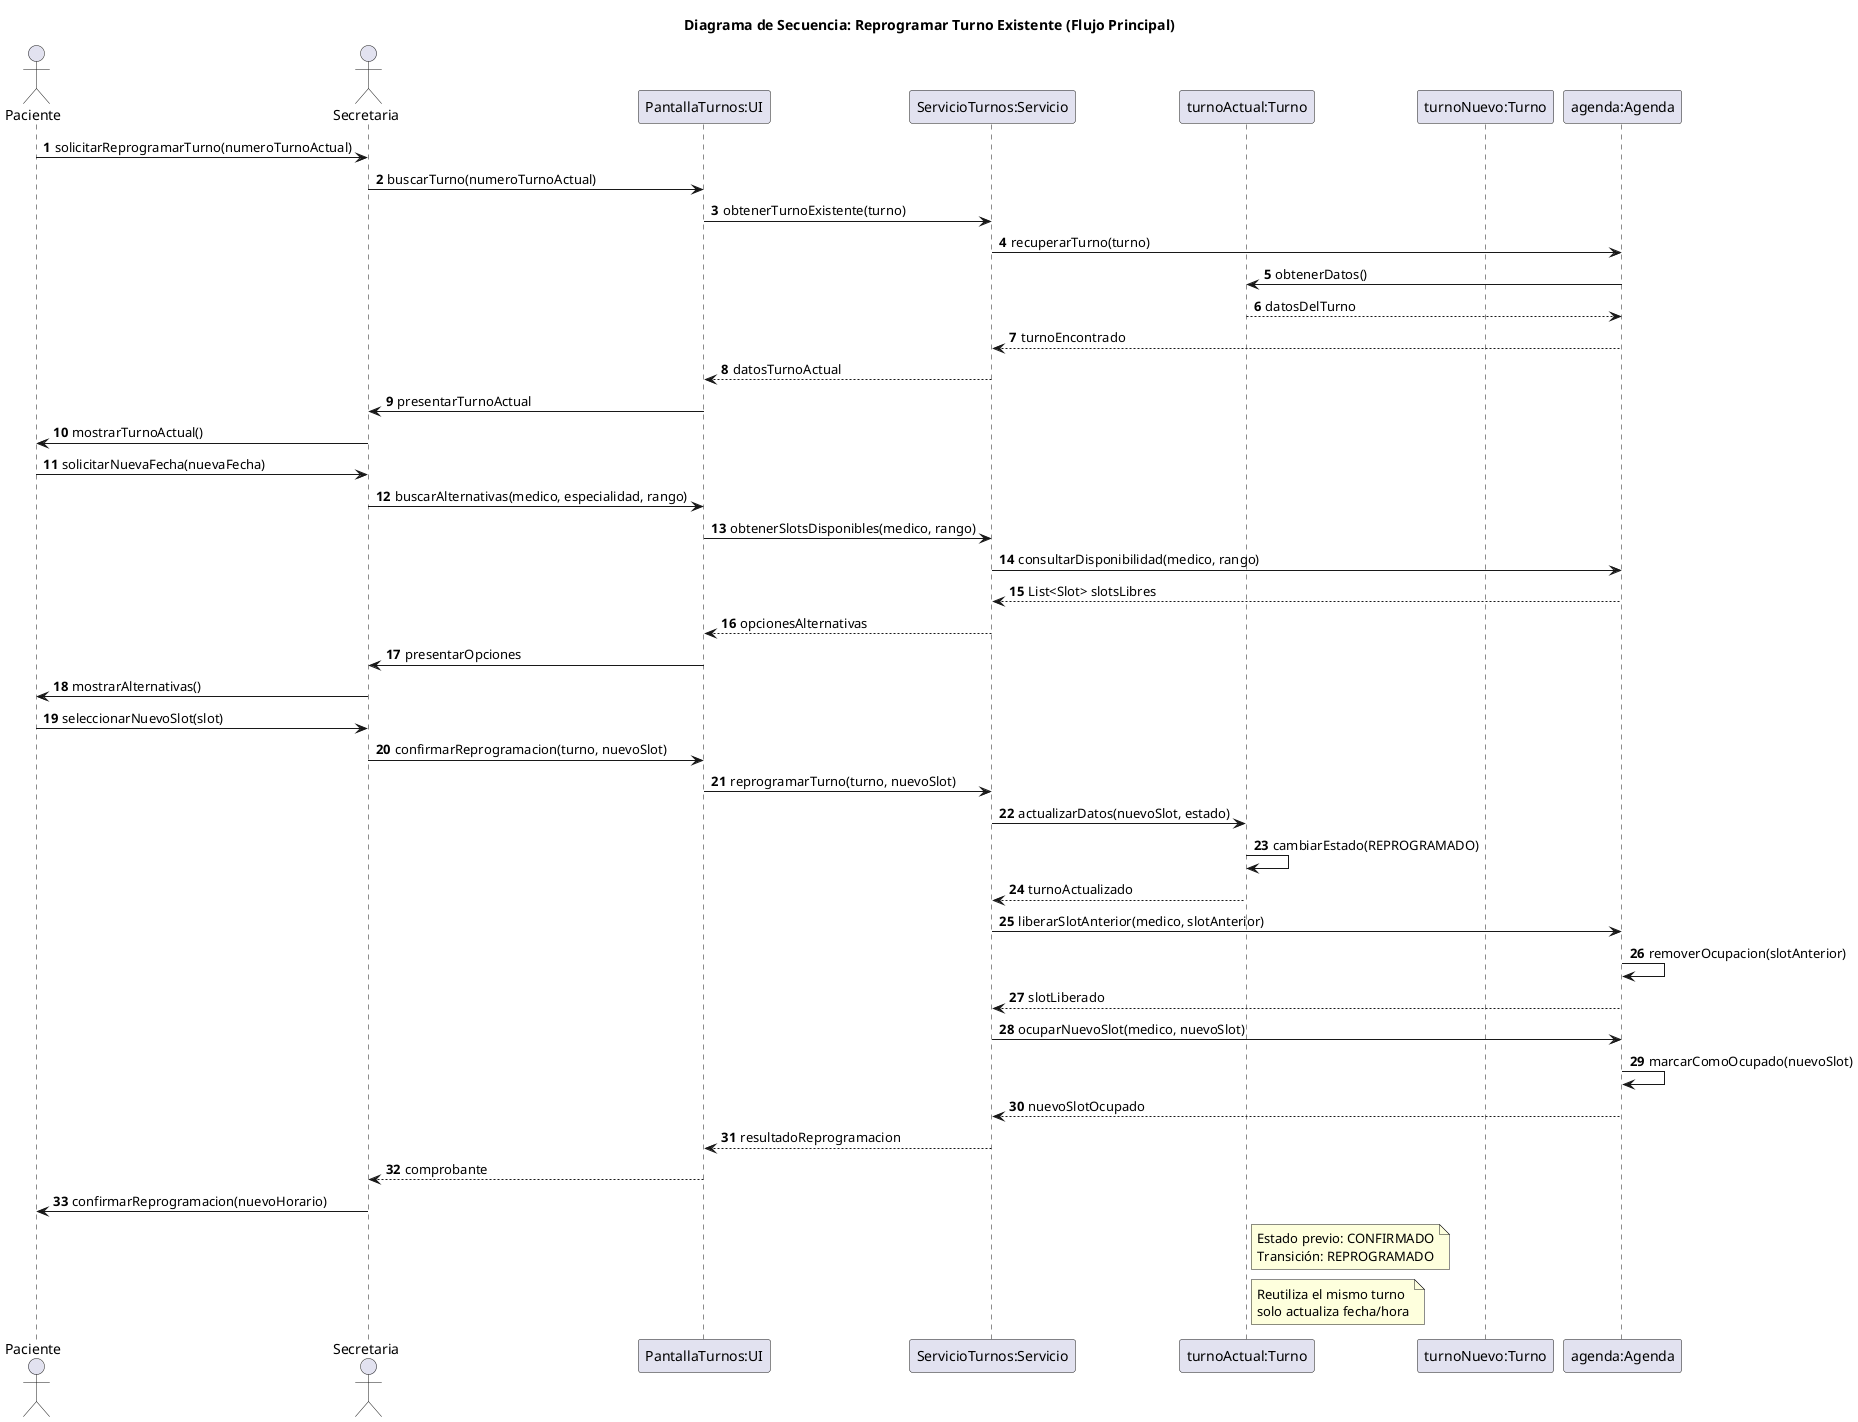
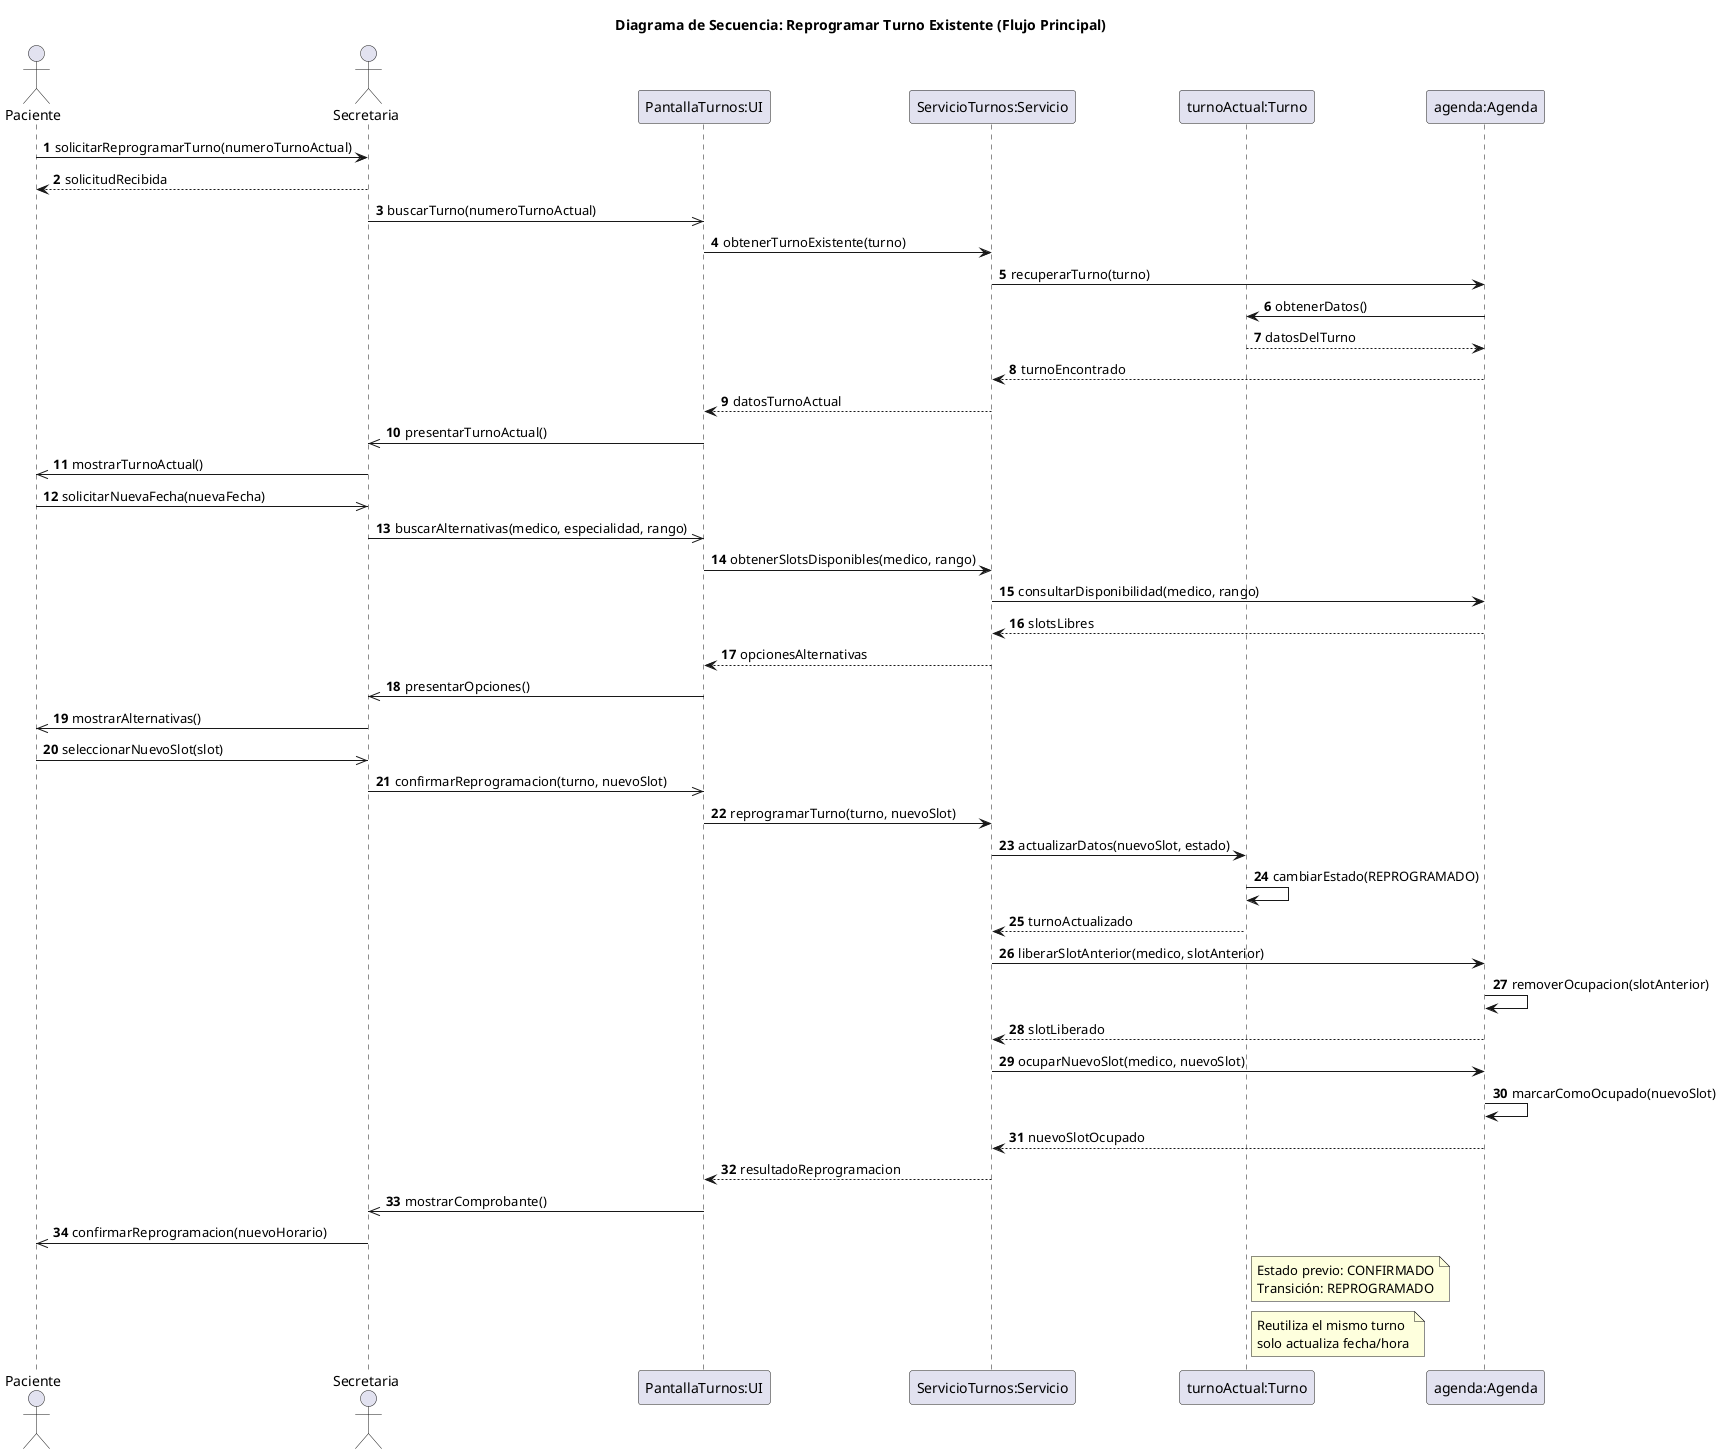
@startuml 05-secuencia-reprogramar-turno-flujo-principal-02
title Diagrama de Secuencia: Reprogramar Turno Existente (Flujo Principal)

actor Paciente
actor Secretaria
participant "PantallaTurnos:UI" as UI
participant "ServicioTurnos:Servicio" as Servicio
participant "turnoActual:Turno" as TurnoAct
- participant "turnoNuevo:Turno" as TurnoNuev
participant "agenda:Agenda" as Agenda

autonumber

Paciente -> Secretaria: solicitarReprogramarTurno(numeroTurnoActual)
- Secretaria -> UI: buscarTurno(numeroTurnoActual)
+ Secretaria --> Paciente: solicitudRecibida
+ Secretaria ->> UI: buscarTurno(numeroTurnoActual)
UI -> Servicio: obtenerTurnoExistente(turno)
Servicio -> Agenda: recuperarTurno(turno)
Agenda -> TurnoAct: obtenerDatos()
TurnoAct --> Agenda: datosDelTurno
Agenda --> Servicio: turnoEncontrado
Servicio --> UI: datosTurnoActual
- UI -> Secretaria: presentarTurnoActual
- Secretaria -> Paciente: mostrarTurnoActual()
- Paciente -> Secretaria: solicitarNuevaFecha(nuevaFecha)
- Secretaria -> UI: buscarAlternativas(medico, especialidad, rango)
+ UI ->> Secretaria: presentarTurnoActual()
+ Secretaria ->> Paciente: mostrarTurnoActual()
+ Paciente ->> Secretaria: solicitarNuevaFecha(nuevaFecha)
+ Secretaria ->> UI: buscarAlternativas(medico, especialidad, rango)
UI -> Servicio: obtenerSlotsDisponibles(medico, rango)
Servicio -> Agenda: consultarDisponibilidad(medico, rango)
- Agenda --> Servicio: List<Slot> slotsLibres
+ Agenda --> Servicio: slotsLibres
Servicio --> UI: opcionesAlternativas
- UI -> Secretaria: presentarOpciones
- Secretaria -> Paciente: mostrarAlternativas()
- Paciente -> Secretaria: seleccionarNuevoSlot(slot)
- Secretaria -> UI: confirmarReprogramacion(turno, nuevoSlot)
+ UI ->> Secretaria: presentarOpciones()
+ Secretaria ->> Paciente: mostrarAlternativas()
+ Paciente ->> Secretaria: seleccionarNuevoSlot(slot)
+ Secretaria ->> UI: confirmarReprogramacion(turno, nuevoSlot)
UI -> Servicio: reprogramarTurno(turno, nuevoSlot)
Servicio -> TurnoAct: actualizarDatos(nuevoSlot, estado)
TurnoAct -> TurnoAct: cambiarEstado(REPROGRAMADO)
TurnoAct --> Servicio: turnoActualizado
Servicio -> Agenda: liberarSlotAnterior(medico, slotAnterior)
Agenda -> Agenda: removerOcupacion(slotAnterior)
Agenda --> Servicio: slotLiberado
Servicio -> Agenda: ocuparNuevoSlot(medico, nuevoSlot)
Agenda -> Agenda: marcarComoOcupado(nuevoSlot)
Agenda --> Servicio: nuevoSlotOcupado
Servicio --> UI: resultadoReprogramacion
- UI --> Secretaria: comprobante
- Secretaria -> Paciente: confirmarReprogramacion(nuevoHorario)
+ UI ->> Secretaria:  mostrarComprobante()
+ Secretaria ->> Paciente: confirmarReprogramacion(nuevoHorario)

note right of TurnoAct
  Estado previo: CONFIRMADO
  Transición: REPROGRAMADO
end note

note right of TurnoAct
  Reutiliza el mismo turno
  solo actualiza fecha/hora
end note

@enduml
